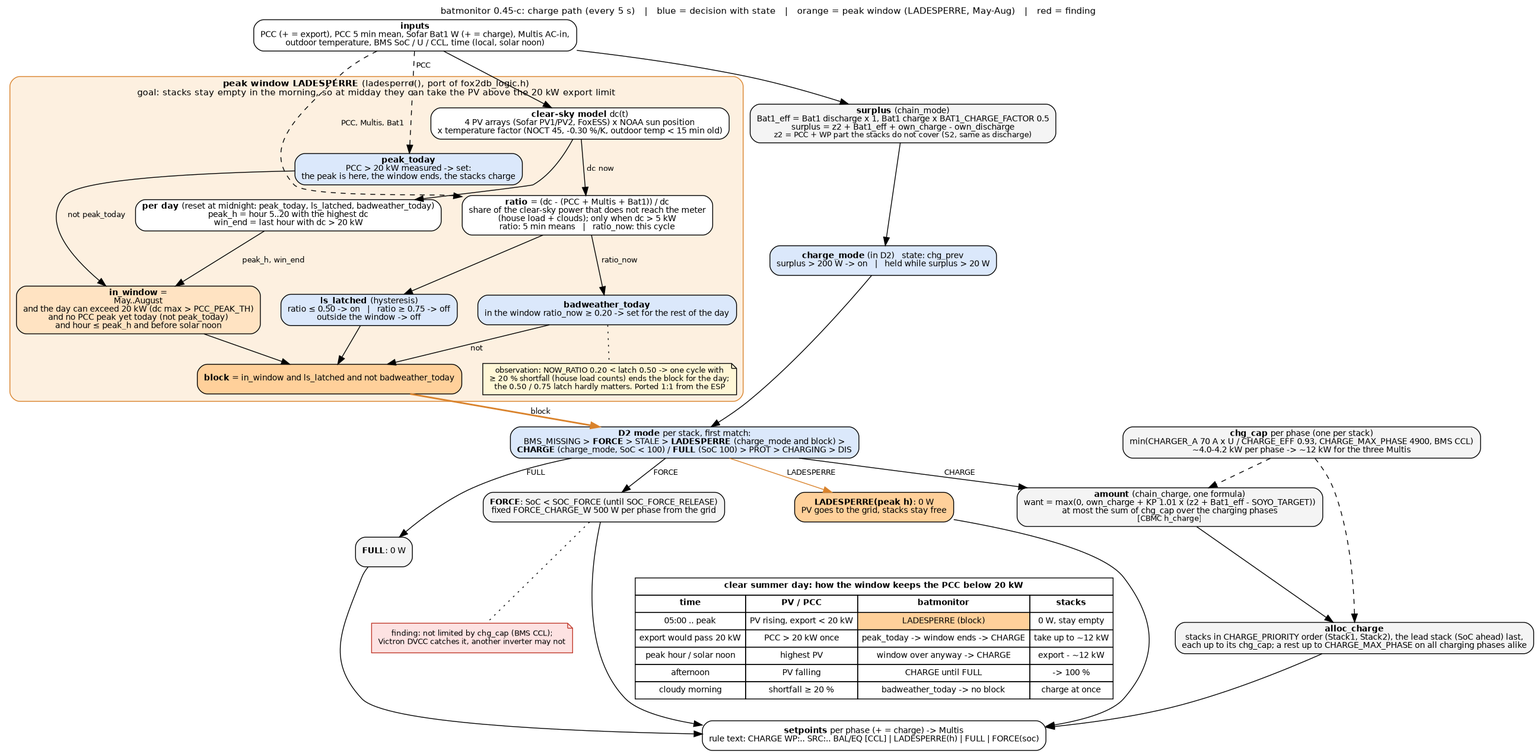
This is docs/charge_flow.png from gerontec/victron, a Graphviz export, as it was before one commit. Its source is kept beside it as docs/charge_flow.dot. Its diagram source:
```dot
digraph charge {
	graph [rankdir=TB, fontname="Helvetica", fontsize=11, nodesep=0.35, ranksep=0.35, newrank=true,
		   label="batmonitor 0.45-c: charge path (every 5 s)   |   blue = decision with state   |   orange = peak window (LADESPERRE, May-Aug)   |   red = finding",
		   labelloc=t];
	node [shape=box, style="rounded,filled", fillcolor="#f4f4f4", fontname="Helvetica", fontsize=10];
	edge [fontname="Helvetica", fontsize=9];

	in [label=<<b>inputs</b><br/>PCC (+ = export), PCC 5 min mean, Sofar Bat1 W (+ = charge), Multis AC-in,<br/>outdoor temperature, BMS SoC / U / CCL, time (local, solar noon)>, fillcolor="#ffffff"];

	surplus [label=<<b>surplus</b> (chain_mode)<br/>Bat1_eff = Bat1 discharge x 1, Bat1 charge x BAT1_CHARGE_FACTOR 0.5<br/>surplus = z2 + Bat1_eff + own_charge - own_discharge<br/><font point-size="9">z2 = PCC + WP part the stacks do not cover (S2, same as discharge)</font>>];

	cmode [label=<<b>charge_mode</b> (in D2)   state: chg_prev<br/>surplus &gt; 200 W -&gt; on   |   held while surplus &gt; 20 W>, fillcolor="#dbe8fb"];

	subgraph cluster_ls {
		label=<<b>peak window LADESPERRE</b> (ladesperre(), port of fox2db_logic.h)<br/>goal: stacks stay empty in the morning, so at midday they can take the PV above the 20 kW export limit>;
		style="rounded,filled"; fillcolor="#fdf0e0"; color="#d9822b"; fontsize=11;

		model [label=<<b>clear-sky model</b> dc(t)<br/>4 PV arrays (Sofar PV1/PV2, FoxESS) x NOAA sun position<br/>x temperature factor (NOCT 45, -0.30 %/K, outdoor temp &lt; 15 min old)>, fillcolor="#ffffff"];
		day [label=<<b>per day</b> (reset at midnight: peak_today, ls_latched, badweather_today)<br/>peak_h = hour 5..20 with the highest dc<br/>win_end = last hour with dc &gt; 20 kW>, fillcolor="#ffffff"];
		window [label=<<b>in_window</b> =<br/>May..August<br/>and the day can exceed 20 kW (dc max &gt; PCC_PEAK_TH)<br/>and no PCC peak yet today (not peak_today)<br/>and hour &le; peak_h and before solar noon>, fillcolor="#ffe3c2"];
		ratio [label=<<b>ratio</b> = (dc - (PCC + Multis + Bat1)) / dc<br/>share of the clear-sky power that does not reach the meter<br/>(house load + clouds); only when dc &gt; 5 kW<br/>ratio: 5 min means   |   ratio_now: this cycle>, fillcolor="#ffffff"];
		latch [label=<<b>ls_latched</b> (hysteresis)<br/>ratio &le; 0.50 -&gt; on   |   ratio &ge; 0.75 -&gt; off<br/>outside the window -&gt; off>, fillcolor="#dbe8fb"];
		bad [label=<<b>badweather_today</b><br/>in the window ratio_now &ge; 0.20 -&gt; set for the rest of the day>, fillcolor="#dbe8fb"];
		peak [label=<<b>peak_today</b><br/>PCC &gt; 20 kW measured -&gt; set:<br/>the peak is here, the window ends, the stacks charge>, fillcolor="#dbe8fb"];
		block [label=<<b>block</b> = in_window and ls_latched and not badweather_today>, fillcolor="#ffd09a"];
		note_ls [shape=note, fillcolor="#fff7d6", fontsize=9, label=<observation: NOW_RATIO 0.20 &lt; latch 0.50 -&gt; one cycle with<br/>&ge; 20 % shortfall (house load counts) ends the block for the day;<br/>the 0.50 / 0.75 latch hardly matters. Ported 1:1 from the ESP>];

		model -> day;
		model -> ratio [label=" dc now"];
		day -> window [label=" peak_h, win_end"];
		peak -> window [label=" not peak_today"];
		ratio -> latch;
		ratio -> bad [label=" ratio_now"];
		window -> block;
		latch -> block;
		bad -> block [label=" not"];
		bad -> note_ls [style=dotted, arrowhead=none];
	}

	d2 [label=<<b>D2 mode</b> per stack, first match:<br/>BMS_MISSING &gt; <b>FORCE</b> &gt; STALE &gt; <b>LADESPERRE</b> (charge_mode and block) &gt;<br/><b>CHARGE</b> (charge_mode, SoC &lt; 100) / <b>FULL</b> (SoC 100) &gt; PROT &gt; CHARGING &gt; DIS>, fillcolor="#dbe8fb"];

	force [label=<<b>FORCE</b>: SoC &lt; SOC_FORCE (until SOC_FORCE_RELEASE)<br/>fixed FORCE_CHARGE_W 500 W per phase from the grid>];
	force_note [shape=note, fillcolor="#fde2e2", color="#c0392b", fontsize=9, label=<finding: not limited by chg_cap (BMS CCL);<br/>Victron DVCC catches it, another inverter may not>];
	lsout [label=<<b>LADESPERRE(peak h)</b>: 0 W<br/>PV goes to the grid, stacks stay free>, fillcolor="#ffd09a"];
	full [label=<<b>FULL</b>: 0 W>];

	amount [label=<<b>amount</b> (chain_charge, one formula)<br/>want = max(0, own_charge + KP 1.01 x (z2 + Bat1_eff - SOYO_TARGET))<br/>at most the sum of chg_cap over the charging phases<br/><font point-size="9">[CBMC h_charge]</font>>];
	caps [label=<<b>chg_cap</b> per phase (one per stack)<br/>min(CHARGER_A 70 A x U / CHARGE_EFF 0.93, CHARGE_MAX_PHASE 4900, BMS CCL)<br/>~4.0-4.2 kW per phase -&gt; ~12 kW for the three Multis>];
	alloc [label=<<b>alloc_charge</b><br/>stacks in CHARGE_PRIORITY order (Stack1, Stack2), the lead stack (SoC ahead) last,<br/>each up to its chg_cap; a rest up to CHARGE_MAX_PHASE on all charging phases alike>];

	out [label=<<b>setpoints</b> per phase (+ = charge) -&gt; Multis<br/>rule text: CHARGE WP:.. SRC:.. BAL/EQ [CCL] | LADESPERRE(h) | FULL | FORCE(soc)>, fillcolor="#ffffff"];

	timeline [shape=plain, label=<
		<table border="0" cellborder="1" cellspacing="0" cellpadding="4" bgcolor="#ffffff">
		<tr><td colspan="4"><b>clear summer day: how the window keeps the PCC below 20 kW</b></td></tr>
		<tr><td><b>time</b></td><td><b>PV / PCC</b></td><td><b>batmonitor</b></td><td><b>stacks</b></td></tr>
		<tr><td>05:00 .. peak</td><td>PV rising, export &lt; 20 kW</td><td bgcolor="#ffd09a">LADESPERRE (block)</td><td>0 W, stay empty</td></tr>
		<tr><td>export would pass 20 kW</td><td>PCC &gt; 20 kW once</td><td>peak_today -&gt; window ends -&gt; CHARGE</td><td>take up to ~12 kW</td></tr>
		<tr><td>peak hour / solar noon</td><td>highest PV</td><td>window over anyway -&gt; CHARGE</td><td>export - ~12 kW</td></tr>
		<tr><td>afternoon</td><td>PV falling</td><td>CHARGE until FULL</td><td>-&gt; 100 %</td></tr>
		<tr><td>cloudy morning</td><td>shortfall &ge; 20 %</td><td>badweather_today -&gt; no block</td><td>charge at once</td></tr>
		</table>>];

	in -> surplus -> cmode -> d2;
	in -> model;
	in -> ratio [style=dashed, label=" PCC, Multis, Bat1"];
	in -> peak [style=dashed, label=" PCC"];
	block -> d2 [color="#d9822b", penwidth=2, label=" block"];
	d2 -> force [label=" FORCE"];
	d2 -> lsout [label=" LADESPERRE", color="#d9822b"];
	d2 -> amount [label=" CHARGE"];
	d2 -> full [label=" FULL"];
	force -> force_note [style=dotted, arrowhead=none];
	caps -> amount [style=dashed];
	caps -> alloc [style=dashed];
	amount -> alloc -> out;
	force -> out;
	lsout -> out;
	full -> out;
	lsout -> timeline [style=invis];
}
```
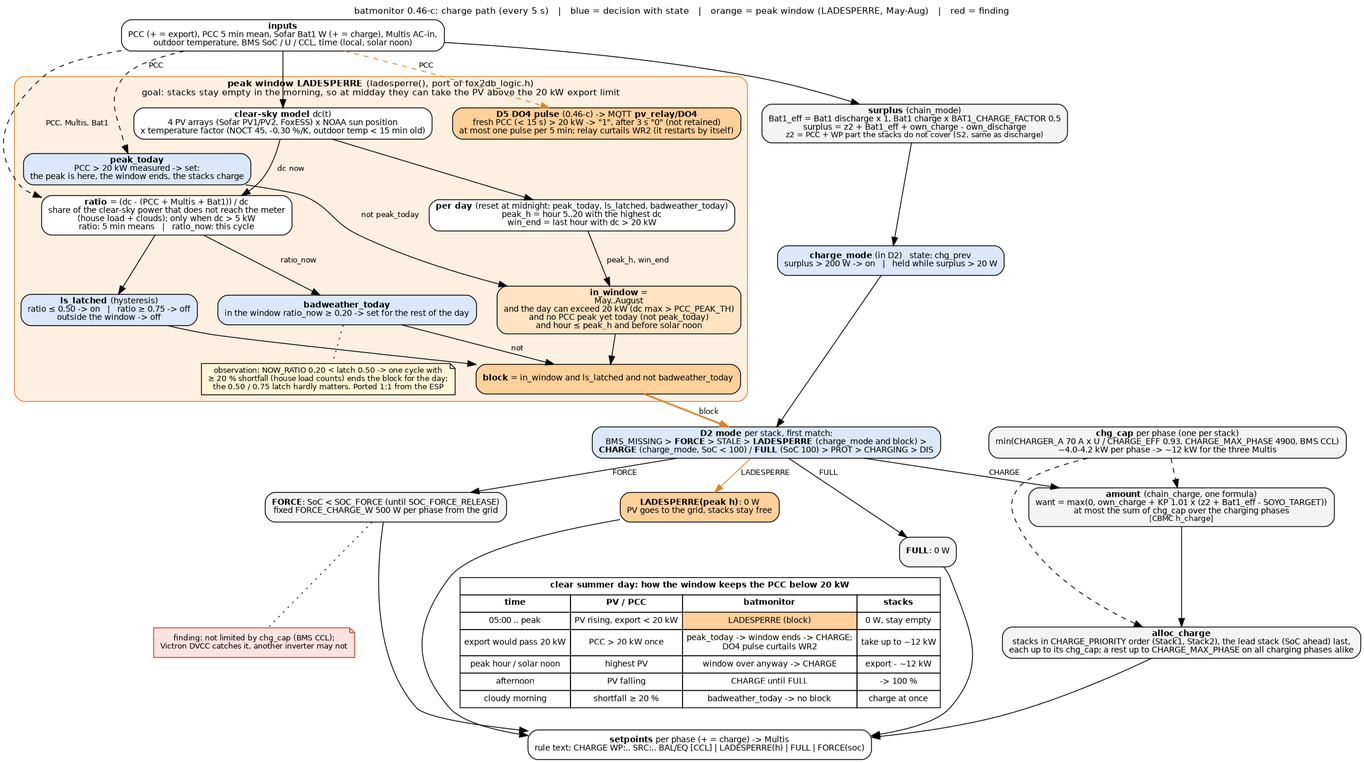
Later version of the same file.

Commit message:
batmonitor 0.46-c: DO4 pulse "curtail WR2" on MQTT pv_relay/DO4 when the PCC export passes 20 kW

Diff of the diagram source:
```diff
@@ -1,6 +1,6 @@
 digraph charge {
 	graph [rankdir=TB, fontname="Helvetica", fontsize=11, nodesep=0.35, ranksep=0.35, newrank=true,
-		   label="batmonitor 0.45-c: charge path (every 5 s)   |   blue = decision with state   |   orange = peak window (LADESPERRE, May-Aug)   |   red = finding",
+		   label="batmonitor 0.46-c: charge path (every 5 s)   |   blue = decision with state   |   orange = peak window (LADESPERRE, May-Aug)   |   red = finding",
 		   labelloc=t];
 	node [shape=box, style="rounded,filled", fillcolor="#f4f4f4", fontname="Helvetica", fontsize=10];
 	edge [fontname="Helvetica", fontsize=9];
@@ -22,6 +22,7 @@
 		latch [label=<<b>ls_latched</b> (hysteresis)<br/>ratio &le; 0.50 -&gt; on   |   ratio &ge; 0.75 -&gt; off<br/>outside the window -&gt; off>, fillcolor="#dbe8fb"];
 		bad [label=<<b>badweather_today</b><br/>in the window ratio_now &ge; 0.20 -&gt; set for the rest of the day>, fillcolor="#dbe8fb"];
 		peak [label=<<b>peak_today</b><br/>PCC &gt; 20 kW measured -&gt; set:<br/>the peak is here, the window ends, the stacks charge>, fillcolor="#dbe8fb"];
+		do4 [label=<<b>D5 DO4 pulse</b> (0.46-c) -&gt; MQTT <b>pv_relay/DO4</b><br/>fresh PCC (&lt; 15 s) &gt; 20 kW -&gt; "1", after 3 s "0" (not retained)<br/>at most one pulse per 5 min; relay curtails WR2 (it restarts by itself)>, fillcolor="#ffd09a"];
 		block [label=<<b>block</b> = in_window and ls_latched and not badweather_today>, fillcolor="#ffd09a"];
 		note_ls [shape=note, fillcolor="#fff7d6", fontsize=9, label=<observation: NOW_RATIO 0.20 &lt; latch 0.50 -&gt; one cycle with<br/>&ge; 20 % shortfall (house load counts) ends the block for the day;<br/>the 0.50 / 0.75 latch hardly matters. Ported 1:1 from the ESP>];
 
@@ -55,7 +56,7 @@
 		<tr><td colspan="4"><b>clear summer day: how the window keeps the PCC below 20 kW</b></td></tr>
 		<tr><td><b>time</b></td><td><b>PV / PCC</b></td><td><b>batmonitor</b></td><td><b>stacks</b></td></tr>
 		<tr><td>05:00 .. peak</td><td>PV rising, export &lt; 20 kW</td><td bgcolor="#ffd09a">LADESPERRE (block)</td><td>0 W, stay empty</td></tr>
-		<tr><td>export would pass 20 kW</td><td>PCC &gt; 20 kW once</td><td>peak_today -&gt; window ends -&gt; CHARGE</td><td>take up to ~12 kW</td></tr>
+		<tr><td>export would pass 20 kW</td><td>PCC &gt; 20 kW once</td><td>peak_today -&gt; window ends -&gt; CHARGE;<br/>DO4 pulse curtails WR2</td><td>take up to ~12 kW</td></tr>
 		<tr><td>peak hour / solar noon</td><td>highest PV</td><td>window over anyway -&gt; CHARGE</td><td>export - ~12 kW</td></tr>
 		<tr><td>afternoon</td><td>PV falling</td><td>CHARGE until FULL</td><td>-&gt; 100 %</td></tr>
 		<tr><td>cloudy morning</td><td>shortfall &ge; 20 %</td><td>badweather_today -&gt; no block</td><td>charge at once</td></tr>
@@ -65,6 +66,7 @@
 	in -> model;
 	in -> ratio [style=dashed, label=" PCC, Multis, Bat1"];
 	in -> peak [style=dashed, label=" PCC"];
+	in -> do4 [style=dashed, label=" PCC", color="#d9822b"];
 	block -> d2 [color="#d9822b", penwidth=2, label=" block"];
 	d2 -> force [label=" FORCE"];
 	d2 -> lsout [label=" LADESPERRE", color="#d9822b"];
```
